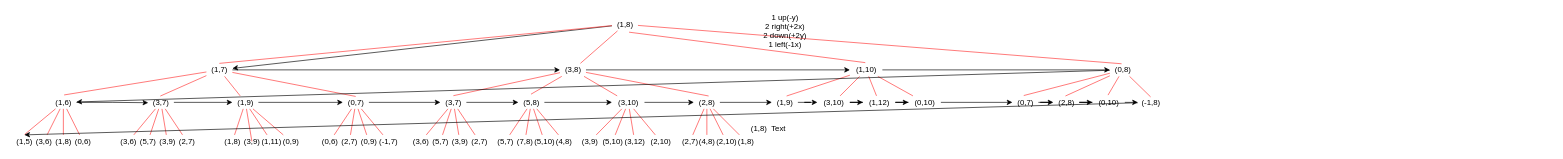
Earlier version of the draw.io diagram Untitled Diagram.drawio (mmokzlrsn/testRepo). Source tidied: cells renumbered, new cells numbered last; positions are measured from the earlier drawing's top-left corner, leaving out a move shared by most shapes. Both pictures are drawn from the tidied source at 65%, with x=0, y=0 at pixel (11, 11).
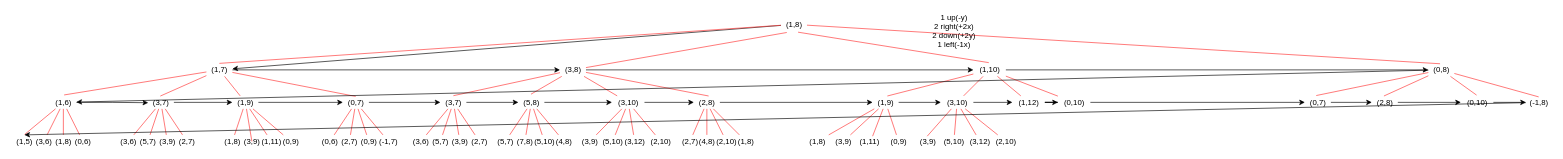
The same page after the edit.

Unchanged cells that the change refers to:
```xml
<mxCell id="20" value="(3,8)" style="text;html=1;align=center;verticalAlign=middle;points=[];strokeColor=none;fillColor=none;" parent="1" vertex="1">
  <mxGeometry x="844" y="80" width="40" height="20" as="geometry" />
</mxCell>
```

What changed in the source:
```diff
@@
-    <mxCell id="3" style="edgeStyle=none;rounded=0;jettySize=auto;html=1;endArrow=none;endFill=0;strokeColor=#FF3333;fillColor=#f8cecc;" parent="1" edge="1" source="7" target="20">
+    <mxCell id="3" style="edgeStyle=none;rounded=0;jettySize=auto;html=1;endArrow=none;endFill=0;strokeColor=#FF3333;fillColor=#f8cecc;exitX=0.224;exitY=1.124;exitDx=0;exitDy=0;exitPerimeter=0;" parent="1" edge="1" source="7" target="20">
       <mxGeometry relative="1" as="geometry" />
     </mxCell>
@@
     <mxCell id="7" value="&lt;div&gt;(1,8)&lt;/div&gt;" style="text;html=1;align=center;verticalAlign=middle;points=[];strokeColor=none;fillColor=none;" parent="1" vertex="1">
-      <mxGeometry x="924" y="10" width="40" height="20" as="geometry" />
+      <mxGeometry x="1184" y="10" width="40" height="20" as="geometry" />
     </mxCell>
     <mxCell id="8" value="1 up(-y)&lt;br&gt;&lt;div&gt;2 right(+2x)&lt;/div&gt;&lt;div&gt;2 down(+2y)&lt;/div&gt;&lt;div&gt;1 left(-1x)&lt;br&gt;&lt;/div&gt;" style="text;html=1;align=center;verticalAlign=middle;strokeColor=none;fillColor=none;" parent="1" vertex="1">
-      <mxGeometry x="1150" width="80" height="60" as="geometry" />
+      <mxGeometry x="1410" width="80" height="60" as="geometry" />
     </mxCell>
@@
     <mxCell id="26" value="(1,10)" style="text;html=1;align=center;verticalAlign=middle;points=[];strokeColor=none;fillColor=none;" parent="1" vertex="1">
-      <mxGeometry x="1290" y="80" width="50" height="20" as="geometry" />
+      <mxGeometry x="1480" y="80" width="50" height="20" as="geometry" />
     </mxCell>
@@
     <mxCell id="32" value="(0,8)" style="text;html=1;align=center;verticalAlign=middle;points=[];strokeColor=none;fillColor=none;" parent="1" vertex="1">
-      <mxGeometry x="1690" y="80" width="40" height="20" as="geometry" />
+      <mxGeometry x="2180" y="80" width="40" height="20" as="geometry" />
     </mxCell>
@@
+    <mxCell id="131" style="edgeStyle=none;rounded=0;jettySize=auto;html=1;endArrow=none;endFill=0;strokeColor=#FF3333;" parent="1" edge="1" source="82" target="129">
+      <mxGeometry relative="1" as="geometry" />
+    </mxCell>
+    <mxCell id="132" style="edgeStyle=none;rounded=0;jettySize=auto;html=1;endArrow=none;endFill=0;strokeColor=#FF3333;" parent="1" edge="1" source="82" target="130">
+      <mxGeometry relative="1" as="geometry" />
+    </mxCell>
+    <mxCell id="133" style="edgeStyle=none;rounded=0;jettySize=auto;html=1;entryX=0.6;entryY=0.1;entryDx=0;entryDy=0;entryPerimeter=0;endArrow=none;endFill=0;strokeColor=#FF3333;" parent="1" edge="1" source="82" target="139">
+      <mxGeometry relative="1" as="geometry" />
+    </mxCell>
+    <mxCell id="134" style="edgeStyle=none;rounded=0;jettySize=auto;html=1;endArrow=none;endFill=0;strokeColor=#FF3333;" parent="1" edge="1" source="82" target="140">
+      <mxGeometry relative="1" as="geometry" />
+    </mxCell>
     <mxCell id="82" value="(1,9)" style="text;html=1;align=center;verticalAlign=middle;points=[];strokeColor=none;fillColor=none;" parent="1" vertex="1">
-      <mxGeometry x="1170" y="130" width="40" height="20" as="geometry" />
+      <mxGeometry x="1325" y="130" width="40" height="20" as="geometry" />
     </mxCell>
@@
+    <mxCell id="135" style="edgeStyle=none;rounded=0;jettySize=auto;html=1;entryX=0.475;entryY=0.1;entryDx=0;entryDy=0;entryPerimeter=0;endArrow=none;endFill=0;strokeColor=#FF3333;" parent="1" edge="1" source="84" target="141">
+      <mxGeometry relative="1" as="geometry" />
+    </mxCell>
+    <mxCell id="136" style="edgeStyle=none;rounded=0;jettySize=auto;html=1;endArrow=none;endFill=0;strokeColor=#FF3333;" parent="1" edge="1" source="84" target="142">
+      <mxGeometry relative="1" as="geometry" />
+    </mxCell>
+    <mxCell id="137" style="edgeStyle=none;rounded=0;jettySize=auto;html=1;endArrow=none;endFill=0;strokeColor=#FF3333;" parent="1" edge="1" source="84" target="143">
+      <mxGeometry relative="1" as="geometry" />
+    </mxCell>
+    <mxCell id="138" style="edgeStyle=none;rounded=0;jettySize=auto;html=1;endArrow=none;endFill=0;strokeColor=#FF3333;" parent="1" edge="1" source="84" target="144">
+      <mxGeometry relative="1" as="geometry" />
+    </mxCell>
     <mxCell id="84" value="(3,10)" style="text;html=1;align=center;verticalAlign=middle;points=[];strokeColor=none;fillColor=none;" parent="1" vertex="1">
-      <mxGeometry x="1240" y="130" width="50" height="20" as="geometry" />
+      <mxGeometry x="1430" y="130" width="50" height="20" as="geometry" />
     </mxCell>
@@
     <mxCell id="86" value="(1,12)" style="text;html=1;align=center;verticalAlign=middle;points=[];strokeColor=none;fillColor=none;" parent="1" vertex="1">
-      <mxGeometry x="1310" y="130" width="50" height="20" as="geometry" />
+      <mxGeometry x="1540" y="130" width="50" height="20" as="geometry" />
     </mxCell>
@@
     <mxCell id="88" value="(0,10)" style="text;html=1;align=center;verticalAlign=middle;points=[];strokeColor=none;fillColor=none;" parent="1" vertex="1">
-      <mxGeometry x="1380" y="130" width="50" height="20" as="geometry" />
+      <mxGeometry x="1610" y="130" width="50" height="20" as="geometry" />
     </mxCell>
@@
     <mxCell id="90" value="(0,7)" style="text;html=1;align=center;verticalAlign=middle;points=[];strokeColor=none;fillColor=none;" parent="1" vertex="1">
-      <mxGeometry x="1540" y="130" width="40" height="20" as="geometry" />
+      <mxGeometry x="1990" y="130" width="40" height="20" as="geometry" />
     </mxCell>
@@
     <mxCell id="92" value="(2,8)" style="text;html=1;align=center;verticalAlign=middle;points=[];strokeColor=none;fillColor=none;" parent="1" vertex="1">
-      <mxGeometry x="1603" y="130" width="40" height="20" as="geometry" />
+      <mxGeometry x="2093" y="130" width="40" height="20" as="geometry" />
     </mxCell>
@@
     <mxCell id="94" value="(0,10)" style="text;html=1;align=center;verticalAlign=middle;points=[];strokeColor=none;fillColor=none;" parent="1" vertex="1">
-      <mxGeometry x="1663" y="130" width="50" height="20" as="geometry" />
+      <mxGeometry x="2230" y="130" width="50" height="20" as="geometry" />
     </mxCell>
@@
     <mxCell id="96" value="(-1,8)" style="text;html=1;align=center;verticalAlign=middle;points=[];strokeColor=none;fillColor=none;" parent="1" vertex="1">
-      <mxGeometry x="1733" y="130" width="40" height="20" as="geometry" />
+      <mxGeometry x="2330" y="130" width="40" height="20" as="geometry" />
     </mxCell>
@@
     <mxCell id="129" value="(1,8)" style="text;html=1;align=center;verticalAlign=middle;points=[];strokeColor=none;fillColor=none;" parent="1" vertex="1">
-      <mxGeometry x="1130" y="170" width="40" height="20" as="geometry" />
+      <mxGeometry x="1220" y="190" width="40" height="20" as="geometry" />
     </mxCell>
-    <mxCell id="130" value="Text" style="text;html=1;align=center;verticalAlign=middle;points=[];strokeColor=none;fillColor=none;" parent="1" vertex="1">
-      <mxGeometry x="1160" y="170" width="40" height="20" as="geometry" />
+    <mxCell id="130" value="(3,9)" style="text;html=1;align=center;verticalAlign=middle;points=[];strokeColor=none;fillColor=none;" parent="1" vertex="1">
+      <mxGeometry x="1260" y="190" width="40" height="20" as="geometry" />
     </mxCell>
+    <mxCell id="139" value="(1,11)" style="text;html=1;align=center;verticalAlign=middle;points=[];strokeColor=none;fillColor=none;" parent="1" vertex="1">
+      <mxGeometry x="1295" y="190" width="50" height="20" as="geometry" />
+    </mxCell>
+    <mxCell id="140" value="(0,9)" style="text;html=1;align=center;verticalAlign=middle;points=[];strokeColor=none;fillColor=none;" parent="1" vertex="1">
+      <mxGeometry x="1345" y="190" width="40" height="20" as="geometry" />
+    </mxCell>
+    <mxCell id="141" value="(3,9)" style="text;html=1;align=center;verticalAlign=middle;points=[];strokeColor=none;fillColor=none;" parent="1" vertex="1">
+      <mxGeometry x="1390" y="190" width="40" height="20" as="geometry" />
+    </mxCell>
+    <mxCell id="142" value="(5,10)" style="text;html=1;align=center;verticalAlign=middle;points=[];strokeColor=none;fillColor=none;" parent="1" vertex="1">
+      <mxGeometry x="1425" y="190" width="50" height="20" as="geometry" />
+    </mxCell>
+    <mxCell id="143" value="(3,12)" style="text;html=1;align=center;verticalAlign=middle;points=[];strokeColor=none;fillColor=none;" parent="1" vertex="1">
+      <mxGeometry x="1465" y="190" width="50" height="20" as="geometry" />
+    </mxCell>
+    <mxCell id="144" value="(2,10)" style="text;html=1;align=center;verticalAlign=middle;points=[];strokeColor=none;fillColor=none;" parent="1" vertex="1">
+      <mxGeometry x="1505" y="190" width="50" height="20" as="geometry" />
+    </mxCell>
```
